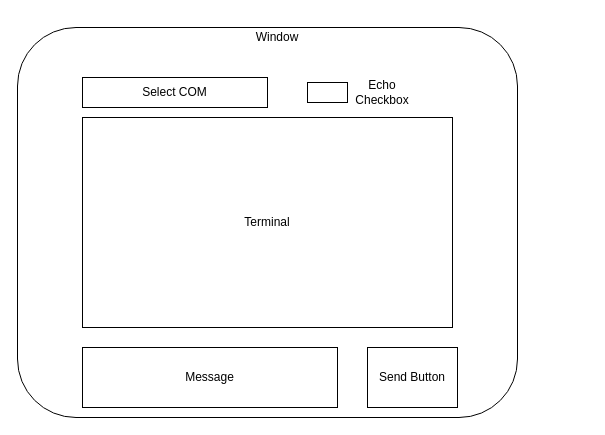
This is page "UI" (1 of 4) of Documentation/PC_GUI_Flowchart.drawio from nagars/CPDM-IISc, a draw.io file, before an edit. Source tidied: cells renumbered, new cells numbered last; positions are measured from the earlier drawing's top-left corner, leaving out a move shared by most shapes. Both pictures are drawn from the tidied source at 100%, with x=0, y=0 at pixel (17, 17).
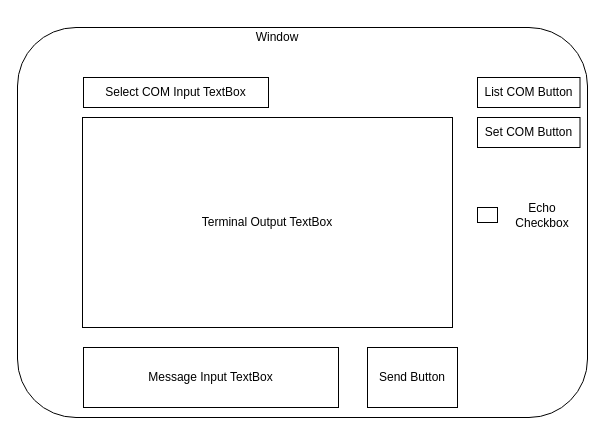
The same page after the edit.

Change to the diagram source:
```diff
@@
 <mxGraphModel>
   <root>
     <mxCell id="0" />
     <mxCell id="1" parent="0" />
     <mxCell id="2" style="rounded=1;whiteSpace=wrap;html=1;fontSize=12;glass=0;strokeWidth=1;shadow=0;" parent="1" vertex="1">
-      <mxGeometry y="10" width="500" height="390" as="geometry" />
+      <mxGeometry y="10" width="570" height="390" as="geometry" />
     </mxCell>
     <mxCell id="3" value="Window" style="text;html=1;strokeColor=none;fillColor=none;align=center;verticalAlign=middle;whiteSpace=wrap;rounded=0;" parent="1" vertex="1">
       <mxGeometry x="210" width="100" height="40" as="geometry" />
     </mxCell>
-    <mxCell id="4" value="Terminal" style="rounded=0;whiteSpace=wrap;html=1;" parent="1" vertex="1">
+    <mxCell id="4" value="Terminal Output TextBox" style="rounded=0;whiteSpace=wrap;html=1;" parent="1" vertex="1">
       <mxGeometry x="65" y="100" width="370" height="210" as="geometry" />
     </mxCell>
-    <mxCell id="5" value="Message" style="rounded=0;whiteSpace=wrap;html=1;" parent="1" vertex="1">
-      <mxGeometry x="65" y="330" width="255" height="60" as="geometry" />
+    <mxCell id="5" value="Message Input TextBox" style="rounded=0;whiteSpace=wrap;html=1;" parent="1" vertex="1">
+      <mxGeometry x="66" y="330" width="255" height="60" as="geometry" />
     </mxCell>
     <mxCell id="6" value="Send Button" style="rounded=0;whiteSpace=wrap;html=1;" parent="1" vertex="1">
       <mxGeometry x="350" y="330" width="90" height="60" as="geometry" />
     </mxCell>
-    <mxCell id="7" value="Select COM" style="rounded=0;whiteSpace=wrap;html=1;" parent="1" vertex="1">
-      <mxGeometry x="65" y="60" width="185" height="30" as="geometry" />
+    <mxCell id="7" value="Select COM Input TextBox" style="rounded=0;whiteSpace=wrap;html=1;" parent="1" vertex="1">
+      <mxGeometry x="66" y="60" width="185" height="30" as="geometry" />
     </mxCell>
     <mxCell id="8" style="rounded=0;whiteSpace=wrap;html=1;" parent="1" vertex="1">
-      <mxGeometry x="290" y="65" width="40" height="20" as="geometry" />
+      <mxGeometry x="460" y="190" width="20" height="15" as="geometry" />
     </mxCell>
     <mxCell id="9" value="Echo Checkbox" style="text;html=1;strokeColor=none;fillColor=none;align=center;verticalAlign=middle;whiteSpace=wrap;rounded=0;" parent="1" vertex="1">
-      <mxGeometry x="330" y="57.5" width="70" height="35" as="geometry" />
+      <mxGeometry x="490" y="180" width="70" height="35" as="geometry" />
     </mxCell>
+    <mxCell id="10" value="List COM Button" style="rounded=0;whiteSpace=wrap;html=1;" parent="1" vertex="1">
+      <mxGeometry x="460" y="60" width="102.5" height="30" as="geometry" />
+    </mxCell>
+    <mxCell id="11" value="Set COM Button" style="rounded=0;whiteSpace=wrap;html=1;" parent="1" vertex="1">
+      <mxGeometry x="460" y="100" width="102.5" height="30" as="geometry" />
+    </mxCell>
   </root>
 </mxGraphModel>
```
